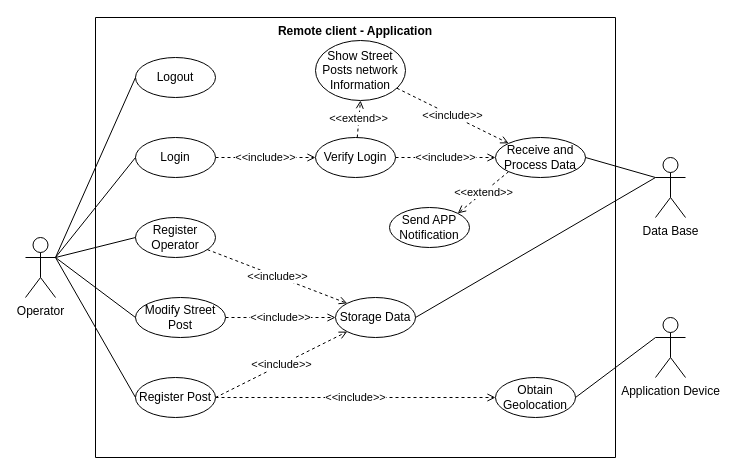
Earlier version of the draw.io diagram page "AppSystem_UseCases" (1 of 4) of project/report/flowcharts/RemoteSystem.drawio (ESRGgroup9/slipad). Source tidied: cells renumbered, new cells numbered last; positions are measured from the earlier drawing's top-left corner, leaving out a move shared by most shapes. Both pictures are drawn from the tidied source at 100%, with x=0, y=0 at pixel (25, 17).
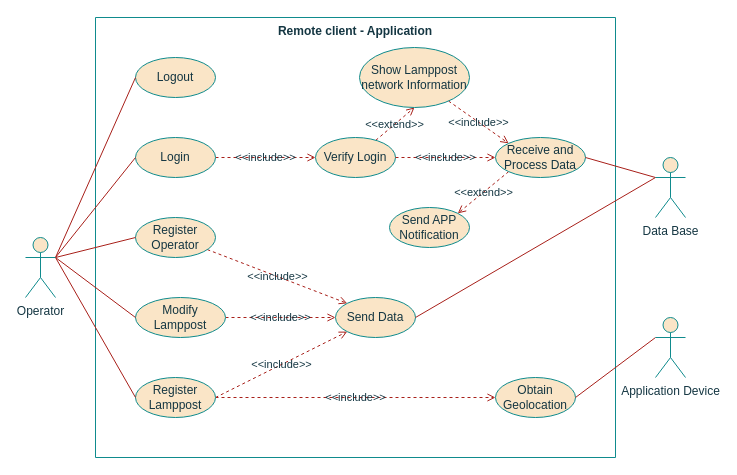
After the change.

Diff of the diagram source:
```diff
@@
-    <mxCell id="2" value="Remote client - Application " style="swimlane;startSize=0;verticalAlign=top;" parent="1" vertex="1">
+    <mxCell id="2" value="Remote client - Application " style="swimlane;startSize=0;verticalAlign=top;fillColor=#FAE5C7;strokeColor=#0F8B8D;fontColor=#143642;" parent="1" vertex="1">
       <mxGeometry x="70" width="520" height="440" as="geometry" />
     </mxCell>
-    <mxCell id="3" value="&amp;lt;&amp;lt;include&amp;gt;&amp;gt;" style="edgeStyle=none;rounded=0;jettySize=auto;html=1;entryX=0;entryY=0.5;entryDx=0;entryDy=0;dashed=1;endArrow=open;endFill=0;" parent="2" edge="1" source="4" target="16">
+    <mxCell id="3" value="&amp;lt;&amp;lt;include&amp;gt;&amp;gt;" style="edgeStyle=none;rounded=0;jettySize=auto;html=1;entryX=0;entryY=0.5;entryDx=0;entryDy=0;dashed=1;endArrow=open;endFill=0;labelBackgroundColor=none;strokeColor=#A8201A;fontColor=#143642;" parent="2" edge="1" source="4" target="16">
       <mxGeometry relative="1" as="geometry" />
     </mxCell>
-    <mxCell id="4" value="Login" style="ellipse;whiteSpace=wrap;html=1;" parent="2" vertex="1">
+    <mxCell id="4" value="Login" style="ellipse;whiteSpace=wrap;html=1;fillColor=#FAE5C7;strokeColor=#0F8B8D;fontColor=#143642;" parent="2" vertex="1">
       <mxGeometry x="40" y="120" width="80" height="40" as="geometry" />
     </mxCell>
-    <mxCell id="5" value="Logout" style="ellipse;whiteSpace=wrap;html=1;" parent="2" vertex="1">
+    <mxCell id="5" value="Logout" style="ellipse;whiteSpace=wrap;html=1;fillColor=#FAE5C7;strokeColor=#0F8B8D;fontColor=#143642;" parent="2" vertex="1">
       <mxGeometry x="40" y="40" width="80" height="40" as="geometry" />
     </mxCell>
-    <mxCell id="6" value="&amp;lt;&amp;lt;include&amp;gt;&amp;gt;" style="edgeStyle=none;rounded=0;jettySize=auto;html=1;entryX=0;entryY=0;entryDx=0;entryDy=0;dashed=1;endArrow=open;endFill=0;" parent="2" edge="1" source="7" target="14">
+    <mxCell id="6" value="&amp;lt;&amp;lt;include&amp;gt;&amp;gt;" style="edgeStyle=none;rounded=0;jettySize=auto;html=1;entryX=0;entryY=0;entryDx=0;entryDy=0;dashed=1;endArrow=open;endFill=0;labelBackgroundColor=none;strokeColor=#A8201A;fontColor=#143642;" parent="2" edge="1" source="7" target="14">
       <mxGeometry relative="1" as="geometry" />
     </mxCell>
-    <mxCell id="7" value="Register Operator" style="ellipse;whiteSpace=wrap;html=1;" parent="2" vertex="1">
+    <mxCell id="7" value="Register Operator" style="ellipse;whiteSpace=wrap;html=1;fillColor=#FAE5C7;strokeColor=#0F8B8D;fontColor=#143642;" parent="2" vertex="1">
       <mxGeometry x="40" y="200" width="80" height="40" as="geometry" />
     </mxCell>
-    <mxCell id="8" value="&amp;lt;&amp;lt;include&amp;gt;&amp;gt;" style="edgeStyle=none;rounded=0;jettySize=auto;html=1;entryX=0;entryY=0.5;entryDx=0;entryDy=0;exitX=1;exitY=0.5;exitDx=0;exitDy=0;dashed=1;endArrow=open;endFill=0;" parent="2" edge="1" source="9" target="14">
+    <mxCell id="8" value="&amp;lt;&amp;lt;include&amp;gt;&amp;gt;" style="edgeStyle=none;rounded=0;jettySize=auto;html=1;entryX=0;entryY=0.5;entryDx=0;entryDy=0;exitX=1;exitY=0.5;exitDx=0;exitDy=0;dashed=1;endArrow=open;endFill=0;labelBackgroundColor=none;strokeColor=#A8201A;fontColor=#143642;" parent="2" edge="1" source="9" target="14">
       <mxGeometry relative="1" as="geometry" />
     </mxCell>
-    <mxCell id="9" value="&lt;div&gt;Modify Street Post&lt;br&gt;&lt;/div&gt;" style="ellipse;whiteSpace=wrap;html=1;" parent="2" vertex="1">
+    <mxCell id="9" value="&lt;div&gt;Modify Lamppost&lt;br&gt;&lt;/div&gt;" style="ellipse;whiteSpace=wrap;html=1;fillColor=#FAE5C7;strokeColor=#0F8B8D;fontColor=#143642;" parent="2" vertex="1">
       <mxGeometry x="40" y="280" width="90" height="40" as="geometry" />
     </mxCell>
-    <mxCell id="10" value="&amp;lt;&amp;lt;include&amp;gt;&amp;gt;" style="edgeStyle=none;rounded=0;jettySize=auto;html=1;entryX=0;entryY=0.5;entryDx=0;entryDy=0;dashed=1;endArrow=open;endFill=0;" parent="2" edge="1" source="12" target="13">
+    <mxCell id="10" value="&amp;lt;&amp;lt;include&amp;gt;&amp;gt;" style="edgeStyle=none;rounded=0;jettySize=auto;html=1;entryX=0;entryY=0.5;entryDx=0;entryDy=0;dashed=1;endArrow=open;endFill=0;labelBackgroundColor=none;strokeColor=#A8201A;fontColor=#143642;" parent="2" edge="1" source="12" target="13">
       <mxGeometry relative="1" as="geometry">
         <Array as="points">
           <mxPoint x="180" y="380" />
         </Array>
       </mxGeometry>
     </mxCell>
-    <mxCell id="11" value="&amp;lt;&amp;lt;include&amp;gt;&amp;gt;" style="edgeStyle=none;rounded=0;jettySize=auto;html=1;entryX=0;entryY=1;entryDx=0;entryDy=0;dashed=1;exitX=1;exitY=0.5;exitDx=0;exitDy=0;endArrow=open;endFill=0;" parent="2" edge="1" source="12" target="14">
+    <mxCell id="11" value="&amp;lt;&amp;lt;include&amp;gt;&amp;gt;" style="edgeStyle=none;rounded=0;jettySize=auto;html=1;entryX=0;entryY=1;entryDx=0;entryDy=0;dashed=1;exitX=1;exitY=0.5;exitDx=0;exitDy=0;endArrow=open;endFill=0;labelBackgroundColor=none;strokeColor=#A8201A;fontColor=#143642;" parent="2" edge="1" source="12" target="14">
       <mxGeometry relative="1" as="geometry" />
     </mxCell>
-    <mxCell id="12" value="&lt;div&gt;Register Post&lt;br&gt;&lt;/div&gt;" style="ellipse;whiteSpace=wrap;html=1;" parent="2" vertex="1">
+    <mxCell id="12" value="&lt;div&gt;Register Lamppost&lt;br&gt;&lt;/div&gt;" style="ellipse;whiteSpace=wrap;html=1;fillColor=#FAE5C7;strokeColor=#0F8B8D;fontColor=#143642;" parent="2" vertex="1">
       <mxGeometry x="40" y="360" width="80" height="40" as="geometry" />
     </mxCell>
-    <mxCell id="13" value="Obtain Geolocation" style="ellipse;whiteSpace=wrap;html=1;" parent="2" vertex="1">
+    <mxCell id="13" value="Obtain Geolocation" style="ellipse;whiteSpace=wrap;html=1;fillColor=#FAE5C7;strokeColor=#0F8B8D;fontColor=#143642;" parent="2" vertex="1">
       <mxGeometry x="400" y="360" width="80" height="40" as="geometry" />
     </mxCell>
-    <mxCell id="14" value="Storage Data" style="ellipse;whiteSpace=wrap;html=1;" parent="2" vertex="1">
+    <mxCell id="14" value="Send Data" style="ellipse;whiteSpace=wrap;html=1;fillColor=#FAE5C7;strokeColor=#0F8B8D;fontColor=#143642;" parent="2" vertex="1">
       <mxGeometry x="240" y="280" width="80" height="40" as="geometry" />
     </mxCell>
-    <mxCell id="15" value="&amp;lt;&amp;lt;extend&amp;gt;&amp;gt;" style="edgeStyle=none;rounded=0;jettySize=auto;html=1;entryX=0.5;entryY=1;entryDx=0;entryDy=0;dashed=1;endArrow=open;endFill=0;" parent="2" edge="1" source="16" target="18">
+    <mxCell id="15" value="&amp;lt;&amp;lt;extend&amp;gt;&amp;gt;" style="edgeStyle=none;rounded=0;jettySize=auto;html=1;entryX=0.5;entryY=1;entryDx=0;entryDy=0;dashed=1;endArrow=open;endFill=0;labelBackgroundColor=none;strokeColor=#A8201A;fontColor=#143642;" parent="2" edge="1" source="16" target="18">
       <mxGeometry relative="1" as="geometry" />
     </mxCell>
-    <mxCell id="16" value="Verify Login" style="ellipse;whiteSpace=wrap;html=1;" parent="2" vertex="1">
+    <mxCell id="16" value="Verify Login" style="ellipse;whiteSpace=wrap;html=1;fillColor=#FAE5C7;strokeColor=#0F8B8D;fontColor=#143642;" parent="2" vertex="1">
       <mxGeometry x="220" y="120" width="80" height="40" as="geometry" />
     </mxCell>
-    <mxCell id="17" value="&amp;lt;&amp;lt;include&amp;gt;&amp;gt;" style="edgeStyle=none;rounded=0;jettySize=auto;html=1;entryX=0;entryY=0;entryDx=0;entryDy=0;dashed=1;endArrow=open;endFill=0;" parent="2" edge="1" source="18" target="21">
+    <mxCell id="17" value="&amp;lt;&amp;lt;include&amp;gt;&amp;gt;" style="edgeStyle=none;rounded=0;jettySize=auto;html=1;entryX=0;entryY=0;entryDx=0;entryDy=0;dashed=1;endArrow=open;endFill=0;labelBackgroundColor=none;strokeColor=#A8201A;fontColor=#143642;" parent="2" edge="1" source="18" target="21">
       <mxGeometry relative="1" as="geometry" />
     </mxCell>
-    <mxCell id="18" value="Show Street Posts network Information" style="ellipse;whiteSpace=wrap;html=1;" parent="2" vertex="1">
-      <mxGeometry x="220" y="23" width="90" height="60" as="geometry" />
+    <mxCell id="18" value="Show Lamppost network Information" style="ellipse;whiteSpace=wrap;html=1;fillColor=#FAE5C7;strokeColor=#0F8B8D;fontColor=#143642;" parent="2" vertex="1">
+      <mxGeometry x="264" y="30" width="110" height="60" as="geometry" />
     </mxCell>
-    <mxCell id="19" value="&amp;lt;&amp;lt;include&amp;gt;&amp;gt;" style="edgeStyle=none;rounded=0;jettySize=auto;html=1;dashed=1;exitX=1;exitY=0.5;exitDx=0;exitDy=0;entryX=0;entryY=0.5;entryDx=0;entryDy=0;endArrow=open;endFill=0;" parent="2" edge="1" source="16" target="21">
+    <mxCell id="19" value="&amp;lt;&amp;lt;include&amp;gt;&amp;gt;" style="edgeStyle=none;rounded=0;jettySize=auto;html=1;dashed=1;exitX=1;exitY=0.5;exitDx=0;exitDy=0;entryX=0;entryY=0.5;entryDx=0;entryDy=0;endArrow=open;endFill=0;labelBackgroundColor=none;strokeColor=#A8201A;fontColor=#143642;" parent="2" edge="1" source="16" target="21">
       <mxGeometry relative="1" as="geometry" />
     </mxCell>
-    <mxCell id="20" value="&amp;lt;&amp;lt;extend&amp;gt;&amp;gt;" style="rounded=0;jettySize=auto;html=1;exitX=0;exitY=1;exitDx=0;exitDy=0;entryX=1;entryY=0;entryDx=0;entryDy=0;strokeWidth=1;verticalAlign=middle;dashed=1;endArrow=open;endFill=0;" parent="2" edge="1" source="21" target="22">
+    <mxCell id="20" value="&amp;lt;&amp;lt;extend&amp;gt;&amp;gt;" style="rounded=0;jettySize=auto;html=1;exitX=0;exitY=1;exitDx=0;exitDy=0;entryX=1;entryY=0;entryDx=0;entryDy=0;strokeWidth=1;verticalAlign=middle;dashed=1;endArrow=open;endFill=0;labelBackgroundColor=none;strokeColor=#A8201A;fontColor=#143642;" parent="2" edge="1" source="21" target="22">
       <mxGeometry relative="1" as="geometry" />
     </mxCell>
-    <mxCell id="21" value="Receive and Process Data" style="ellipse;whiteSpace=wrap;html=1;" parent="2" vertex="1">
+    <mxCell id="21" value="Receive and Process Data" style="ellipse;whiteSpace=wrap;html=1;fillColor=#FAE5C7;strokeColor=#0F8B8D;fontColor=#143642;" parent="2" vertex="1">
       <mxGeometry x="400" y="120" width="90" height="40" as="geometry" />
     </mxCell>
-    <mxCell id="22" value="Send APP Notification" style="ellipse;whiteSpace=wrap;html=1;" parent="2" vertex="1">
+    <mxCell id="22" value="Send APP Notification" style="ellipse;whiteSpace=wrap;html=1;fillColor=#FAE5C7;strokeColor=#0F8B8D;fontColor=#143642;" parent="2" vertex="1">
       <mxGeometry x="294" y="190" width="80" height="40" as="geometry" />
     </mxCell>
-    <mxCell id="23" style="edgeStyle=none;rounded=0;jettySize=auto;html=1;exitX=0;exitY=0.3333333333333333;exitDx=0;exitDy=0;exitPerimeter=0;entryX=1;entryY=0.5;entryDx=0;entryDy=0;endArrow=none;endFill=0;" parent="1" edge="1" source="24" target="13">
+    <mxCell id="23" style="edgeStyle=none;rounded=0;jettySize=auto;html=1;exitX=0;exitY=0.3333333333333333;exitDx=0;exitDy=0;exitPerimeter=0;entryX=1;entryY=0.5;entryDx=0;entryDy=0;endArrow=none;endFill=0;labelBackgroundColor=#DAD2D8;strokeColor=#A8201A;fontColor=#143642;" parent="1" edge="1" source="24" target="13">
       <mxGeometry relative="1" as="geometry" />
     </mxCell>
-    <mxCell id="24" value="Application Device" style="shape=umlActor;verticalLabelPosition=bottom;verticalAlign=top;html=1;outlineConnect=0;" parent="1" vertex="1">
+    <mxCell id="24" value="Application Device" style="shape=umlActor;verticalLabelPosition=bottom;verticalAlign=top;html=1;outlineConnect=0;fillColor=#FAE5C7;strokeColor=#0F8B8D;fontColor=#143642;" parent="1" vertex="1">
       <mxGeometry x="630" y="300" width="30" height="60" as="geometry" />
     </mxCell>
-    <mxCell id="25" style="rounded=0;jettySize=auto;html=1;exitX=1;exitY=0.3333333333333333;exitDx=0;exitDy=0;exitPerimeter=0;entryX=0;entryY=0.5;entryDx=0;entryDy=0;endArrow=none;endFill=0;" parent="1" edge="1" source="30" target="5">
+    <mxCell id="25" style="rounded=0;jettySize=auto;html=1;exitX=1;exitY=0.3333333333333333;exitDx=0;exitDy=0;exitPerimeter=0;entryX=0;entryY=0.5;entryDx=0;entryDy=0;endArrow=none;endFill=0;labelBackgroundColor=#DAD2D8;strokeColor=#A8201A;fontColor=#143642;" parent="1" edge="1" source="30" target="5">
       <mxGeometry relative="1" as="geometry" />
     </mxCell>
-    <mxCell id="26" style="edgeStyle=none;rounded=0;jettySize=auto;html=1;exitX=1;exitY=0.3333333333333333;exitDx=0;exitDy=0;exitPerimeter=0;entryX=0;entryY=0.5;entryDx=0;entryDy=0;endArrow=none;endFill=0;" parent="1" edge="1" source="30" target="7">
+    <mxCell id="26" style="edgeStyle=none;rounded=0;jettySize=auto;html=1;exitX=1;exitY=0.3333333333333333;exitDx=0;exitDy=0;exitPerimeter=0;entryX=0;entryY=0.5;entryDx=0;entryDy=0;endArrow=none;endFill=0;labelBackgroundColor=#DAD2D8;strokeColor=#A8201A;fontColor=#143642;" parent="1" edge="1" source="30" target="7">
       <mxGeometry relative="1" as="geometry" />
     </mxCell>
-    <mxCell id="27" style="edgeStyle=none;rounded=0;jettySize=auto;html=1;exitX=1;exitY=0.3333333333333333;exitDx=0;exitDy=0;exitPerimeter=0;entryX=0;entryY=0.5;entryDx=0;entryDy=0;endArrow=none;endFill=0;" parent="1" edge="1" source="30" target="4">
+    <mxCell id="27" style="edgeStyle=none;rounded=0;jettySize=auto;html=1;exitX=1;exitY=0.3333333333333333;exitDx=0;exitDy=0;exitPerimeter=0;entryX=0;entryY=0.5;entryDx=0;entryDy=0;endArrow=none;endFill=0;labelBackgroundColor=#DAD2D8;strokeColor=#A8201A;fontColor=#143642;" parent="1" edge="1" source="30" target="4">
       <mxGeometry relative="1" as="geometry" />
     </mxCell>
-    <mxCell id="28" style="edgeStyle=none;rounded=0;jettySize=auto;html=1;exitX=1;exitY=0.3333333333333333;exitDx=0;exitDy=0;exitPerimeter=0;entryX=0;entryY=0.5;entryDx=0;entryDy=0;endArrow=none;endFill=0;" parent="1" edge="1" source="30" target="12">
+    <mxCell id="28" style="edgeStyle=none;rounded=0;jettySize=auto;html=1;exitX=1;exitY=0.3333333333333333;exitDx=0;exitDy=0;exitPerimeter=0;entryX=0;entryY=0.5;entryDx=0;entryDy=0;endArrow=none;endFill=0;labelBackgroundColor=#DAD2D8;strokeColor=#A8201A;fontColor=#143642;" parent="1" edge="1" source="30" target="12">
       <mxGeometry relative="1" as="geometry" />
     </mxCell>
-    <mxCell id="29" style="edgeStyle=none;rounded=0;jettySize=auto;html=1;exitX=1;exitY=0.3333333333333333;exitDx=0;exitDy=0;exitPerimeter=0;entryX=0;entryY=0.5;entryDx=0;entryDy=0;endArrow=none;endFill=0;" parent="1" edge="1" source="30" target="9">
+    <mxCell id="29" style="edgeStyle=none;rounded=0;jettySize=auto;html=1;exitX=1;exitY=0.3333333333333333;exitDx=0;exitDy=0;exitPerimeter=0;entryX=0;entryY=0.5;entryDx=0;entryDy=0;endArrow=none;endFill=0;labelBackgroundColor=#DAD2D8;strokeColor=#A8201A;fontColor=#143642;" parent="1" edge="1" source="30" target="9">
       <mxGeometry relative="1" as="geometry" />
     </mxCell>
-    <mxCell id="30" value="Operator" style="shape=umlActor;verticalLabelPosition=bottom;verticalAlign=top;html=1;outlineConnect=0;" parent="1" vertex="1">
+    <mxCell id="30" value="Operator" style="shape=umlActor;verticalLabelPosition=bottom;verticalAlign=top;html=1;outlineConnect=0;fillColor=#FAE5C7;strokeColor=#0F8B8D;fontColor=#143642;" parent="1" vertex="1">
       <mxGeometry y="220" width="30" height="60" as="geometry" />
     </mxCell>
-    <mxCell id="31" style="edgeStyle=none;rounded=0;jettySize=auto;html=1;exitX=0;exitY=0.3333333333333333;exitDx=0;exitDy=0;exitPerimeter=0;entryX=1;entryY=0.5;entryDx=0;entryDy=0;endArrow=none;endFill=0;" parent="1" edge="1" source="33" target="14">
+    <mxCell id="31" style="edgeStyle=none;rounded=0;jettySize=auto;html=1;exitX=0;exitY=0.3333333333333333;exitDx=0;exitDy=0;exitPerimeter=0;entryX=1;entryY=0.5;entryDx=0;entryDy=0;endArrow=none;endFill=0;labelBackgroundColor=#DAD2D8;strokeColor=#A8201A;fontColor=#143642;" parent="1" edge="1" source="33" target="14">
       <mxGeometry relative="1" as="geometry" />
     </mxCell>
-    <mxCell id="32" style="edgeStyle=none;rounded=0;jettySize=auto;html=1;exitX=0;exitY=0.3333333333333333;exitDx=0;exitDy=0;exitPerimeter=0;entryX=1;entryY=0.5;entryDx=0;entryDy=0;endArrow=none;endFill=0;" parent="1" edge="1" source="33" target="21">
+    <mxCell id="32" style="edgeStyle=none;rounded=0;jettySize=auto;html=1;exitX=0;exitY=0.3333333333333333;exitDx=0;exitDy=0;exitPerimeter=0;entryX=1;entryY=0.5;entryDx=0;entryDy=0;endArrow=none;endFill=0;labelBackgroundColor=#DAD2D8;strokeColor=#A8201A;fontColor=#143642;" parent="1" edge="1" source="33" target="21">
       <mxGeometry relative="1" as="geometry" />
     </mxCell>
-    <mxCell id="33" value="Data Base" style="shape=umlActor;verticalLabelPosition=bottom;verticalAlign=top;html=1;outlineConnect=0;" parent="1" vertex="1">
+    <mxCell id="33" value="Data Base" style="shape=umlActor;verticalLabelPosition=bottom;verticalAlign=top;html=1;outlineConnect=0;fillColor=#FAE5C7;strokeColor=#0F8B8D;fontColor=#143642;" parent="1" vertex="1">
       <mxGeometry x="630" y="140" width="30" height="60" as="geometry" />
     </mxCell>
```
